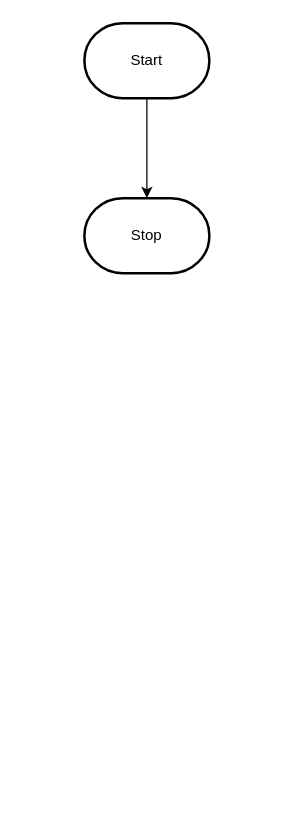
Above: design/flowchart.drawio in MTHS-TEJ2O-1-2023/TEJ2O-Unit-5-06-Julianne-Leblanc-Peltier (draw.io), before the change. Source tidied: cells renumbered, new cells numbered last; positions are measured from the earlier drawing's top-left corner, leaving out a move shared by most shapes. Both pictures are drawn from the tidied source at 125%, with x=0, y=0 at pixel (84, 22).
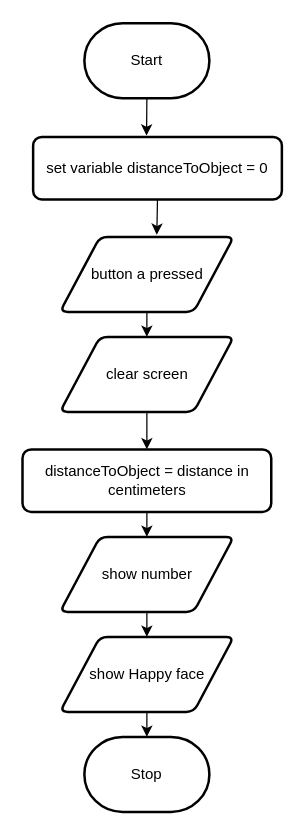
After the change.

What changed in the source:
```diff
@@
 <mxGraphModel>
   <root>
     <mxCell id="0" />
     <mxCell id="1" parent="0" />
-    <mxCell id="2" style="edgeStyle=orthogonalEdgeStyle;html=1;rounded=0;" parent="1" edge="1" source="3" target="4">
-      <mxGeometry relative="1" as="geometry" />
-    </mxCell>
+    <mxCell id="5" style="edgeStyle=none;html=1;exitX=0.5;exitY=1;exitDx=0;exitDy=0;exitPerimeter=0;entryX=0.456;entryY=-0.021;entryDx=0;entryDy=0;entryPerimeter=0;" parent="1" edge="1" source="3" target="7">
+      <mxGeometry relative="1" as="geometry" />
+    </mxCell>
     <mxCell id="3" value="Start" style="strokeWidth=2;html=1;shape=mxgraph.flowchart.terminator;whiteSpace=wrap;" parent="1" vertex="1">
       <mxGeometry width="100" height="60" as="geometry" />
     </mxCell>
     <mxCell id="4" value="Stop" style="strokeWidth=2;html=1;shape=mxgraph.flowchart.terminator;whiteSpace=wrap;" parent="1" vertex="1">
-      <mxGeometry y="140" width="100" height="60" as="geometry" />
+      <mxGeometry y="571" width="100" height="60" as="geometry" />
     </mxCell>
+    <mxCell id="6" style="edgeStyle=none;html=1;exitX=0.5;exitY=1;exitDx=0;exitDy=0;entryX=0.557;entryY=-0.028;entryDx=0;entryDy=0;entryPerimeter=0;" parent="1" edge="1" source="7" target="9">
+      <mxGeometry relative="1" as="geometry" />
+    </mxCell>
+    <mxCell id="7" value="set variable distanceToObject = 0" style="rounded=1;whiteSpace=wrap;html=1;absoluteArcSize=1;arcSize=14;strokeWidth=2;" parent="1" vertex="1">
+      <mxGeometry x="-41" y="91" width="199" height="50" as="geometry" />
+    </mxCell>
+    <mxCell id="8" style="edgeStyle=none;html=1;exitX=0.5;exitY=1;exitDx=0;exitDy=0;entryX=0.5;entryY=0;entryDx=0;entryDy=0;" parent="1" edge="1" source="9" target="11">
+      <mxGeometry relative="1" as="geometry" />
+    </mxCell>
+    <mxCell id="9" value="button a pressed" style="shape=parallelogram;html=1;strokeWidth=2;perimeter=parallelogramPerimeter;whiteSpace=wrap;rounded=1;arcSize=12;size=0.23;" parent="1" vertex="1">
+      <mxGeometry x="-19.5" y="171" width="139" height="60" as="geometry" />
+    </mxCell>
+    <mxCell id="10" style="edgeStyle=none;html=1;exitX=0.5;exitY=1;exitDx=0;exitDy=0;entryX=0.5;entryY=0;entryDx=0;entryDy=0;" parent="1" edge="1" source="11" target="13">
+      <mxGeometry relative="1" as="geometry" />
+    </mxCell>
+    <mxCell id="11" value="clear screen" style="shape=parallelogram;html=1;strokeWidth=2;perimeter=parallelogramPerimeter;whiteSpace=wrap;rounded=1;arcSize=12;size=0.23;" parent="1" vertex="1">
+      <mxGeometry x="-19.5" y="251" width="139" height="60" as="geometry" />
+    </mxCell>
+    <mxCell id="12" style="edgeStyle=none;html=1;exitX=0.5;exitY=1;exitDx=0;exitDy=0;entryX=0.5;entryY=0;entryDx=0;entryDy=0;" parent="1" edge="1" source="13" target="15">
+      <mxGeometry relative="1" as="geometry" />
+    </mxCell>
+    <mxCell id="13" value="distanceToObject = distance in centimeters" style="rounded=1;whiteSpace=wrap;html=1;absoluteArcSize=1;arcSize=14;strokeWidth=2;" parent="1" vertex="1">
+      <mxGeometry x="-49.5" y="341" width="199" height="50" as="geometry" />
+    </mxCell>
+    <mxCell id="14" style="edgeStyle=none;html=1;exitX=0.5;exitY=1;exitDx=0;exitDy=0;entryX=0.5;entryY=0;entryDx=0;entryDy=0;" parent="1" edge="1" source="15" target="17">
+      <mxGeometry relative="1" as="geometry" />
+    </mxCell>
+    <mxCell id="15" value="show number" style="shape=parallelogram;html=1;strokeWidth=2;perimeter=parallelogramPerimeter;whiteSpace=wrap;rounded=1;arcSize=12;size=0.23;" parent="1" vertex="1">
+      <mxGeometry x="-19.5" y="411" width="139" height="60" as="geometry" />
+    </mxCell>
+    <mxCell id="16" style="edgeStyle=none;html=1;exitX=0.5;exitY=1;exitDx=0;exitDy=0;entryX=0.5;entryY=0;entryDx=0;entryDy=0;entryPerimeter=0;" parent="1" edge="1" source="17" target="4">
+      <mxGeometry relative="1" as="geometry" />
+    </mxCell>
+    <mxCell id="17" value="show Happy face" style="shape=parallelogram;html=1;strokeWidth=2;perimeter=parallelogramPerimeter;whiteSpace=wrap;rounded=1;arcSize=12;size=0.23;" parent="1" vertex="1">
+      <mxGeometry x="-19.5" y="491" width="139" height="60" as="geometry" />
+    </mxCell>
   </root>
 </mxGraphModel>
```
